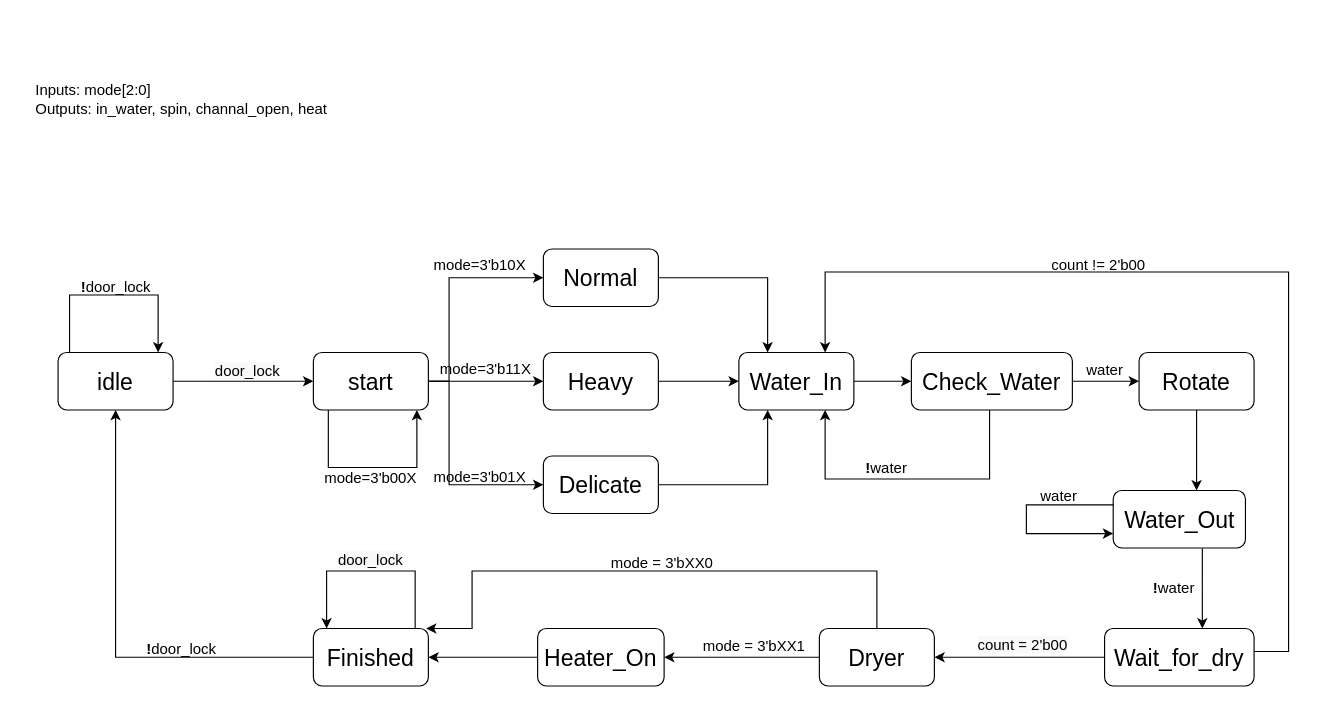
Above: ELEC402/Assignment_1/未命名绘图.drawio in RuyiZhou0622/UBC_Year_4 (draw.io), before the change. Source tidied: cells renumbered, new cells numbered last; positions are measured from the earlier drawing's top-left corner, leaving out a move shared by most shapes. Both pictures are drawn from the tidied source at 115%, with x=0, y=0 at pixel (20, 76).
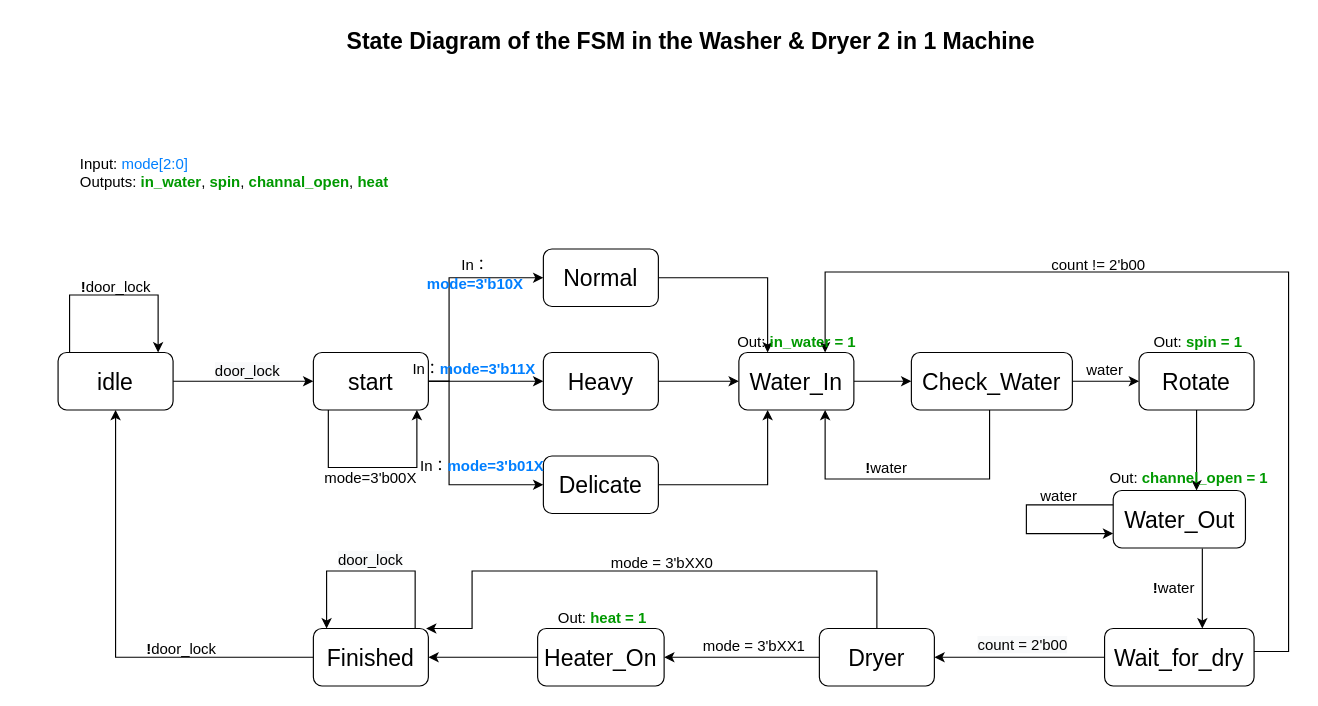
Above is the later version.

Change to the diagram source:
```diff
@@
-<mxGraphModel background="#FFFFFF">
+<mxGraphModel background="#ffffff">
@@
-    <mxCell id="37" value="&lt;div style=&quot;&quot;&gt;&lt;span style=&quot;background-color: initial;&quot;&gt;mode=3'b10X&lt;/span&gt;&lt;/div&gt;" style="text;whiteSpace=wrap;html=1;fontSize=13;align=center;" parent="1" vertex="1">
-      <mxGeometry x="355" y="150" width="90" height="40" as="geometry" />
+    <mxCell id="37" value="&lt;div style=&quot;&quot;&gt;&lt;span style=&quot;background-color: initial;&quot;&gt;In：&lt;font color=&quot;#007fff&quot;&gt;&lt;b&gt;mode=3'b10X&lt;/b&gt;&lt;/font&gt;&lt;/span&gt;&lt;/div&gt;" style="text;whiteSpace=wrap;html=1;fontSize=13;align=center;" parent="1" vertex="1">
+      <mxGeometry x="342" y="150" width="108" height="40" as="geometry" />
     </mxCell>
-    <mxCell id="38" value="&lt;div style=&quot;&quot;&gt;&lt;span style=&quot;background-color: initial;&quot;&gt;mode=3'b11X&lt;/span&gt;&lt;/div&gt;" style="text;whiteSpace=wrap;html=1;fontSize=13;align=center;" parent="1" vertex="1">
-      <mxGeometry x="360" y="240" width="90" height="40" as="geometry" />
+    <mxCell id="38" value="&lt;div style=&quot;&quot;&gt;&lt;span style=&quot;background-color: initial;&quot;&gt;In：&lt;font color=&quot;#007fff&quot;&gt;&lt;b&gt;mode=3'b11X&lt;/b&gt;&lt;/font&gt;&lt;/span&gt;&lt;/div&gt;" style="text;whiteSpace=wrap;html=1;fontSize=13;align=center;" parent="1" vertex="1">
+      <mxGeometry x="340" y="240" width="110" height="40" as="geometry" />
     </mxCell>
-    <mxCell id="39" value="&lt;div style=&quot;&quot;&gt;&lt;span style=&quot;background-color: initial;&quot;&gt;mode=3'b01X&lt;/span&gt;&lt;/div&gt;" style="text;whiteSpace=wrap;html=1;fontSize=13;align=center;" parent="1" vertex="1">
-      <mxGeometry x="355" y="334" width="90" height="40" as="geometry" />
+    <mxCell id="39" value="&lt;div style=&quot;&quot;&gt;&lt;span style=&quot;background-color: initial;&quot;&gt;In：&lt;font color=&quot;#007fff&quot;&gt;&lt;b&gt;mode=3'b01X&lt;/b&gt;&lt;/font&gt;&lt;/span&gt;&lt;/div&gt;" style="text;whiteSpace=wrap;html=1;fontSize=13;align=center;" parent="1" vertex="1">
+      <mxGeometry x="346" y="325" width="112" height="40" as="geometry" />
     </mxCell>
-    <mxCell id="40" value="&lt;div style=&quot;text-align: left;&quot;&gt;&lt;span style=&quot;background-color: initial;&quot;&gt;Inputs: mode[2:0]&lt;/span&gt;&lt;/div&gt;&lt;div style=&quot;text-align: left;&quot;&gt;&lt;span style=&quot;background-color: initial;&quot;&gt;Outputs: in_water, spin, channal_open, heat&lt;/span&gt;&lt;/div&gt;" style="text;html=1;align=center;verticalAlign=middle;strokeColor=none;fillColor=none;fontSize=13;" parent="1" vertex="1">
-      <mxGeometry width="280" height="40" as="geometry" />
+    <mxCell id="40" value="&lt;div style=&quot;text-align: left;&quot;&gt;&lt;span style=&quot;background-color: initial;&quot;&gt;Input:&lt;font color=&quot;#007fff&quot;&gt; mode[2:0]&lt;/font&gt;&lt;/span&gt;&lt;/div&gt;&lt;div style=&quot;text-align: left;&quot;&gt;&lt;span style=&quot;background-color: initial;&quot;&gt;Outputs: &lt;font color=&quot;#009900&quot;&gt;&lt;b&gt;in_water&lt;/b&gt;&lt;/font&gt;, &lt;font color=&quot;#009900&quot;&gt;&lt;b&gt;spin&lt;/b&gt;&lt;/font&gt;, &lt;font color=&quot;#009900&quot;&gt;&lt;b&gt;channal_open&lt;/b&gt;&lt;/font&gt;, &lt;b&gt;&lt;font color=&quot;#009900&quot;&gt;heat&lt;/font&gt;&lt;/b&gt;&lt;/span&gt;&lt;/div&gt;" style="text;html=1;align=center;verticalAlign=middle;strokeColor=none;fillColor=none;fontSize=13;" parent="1" vertex="1">
+      <mxGeometry x="43" y="62" width="286" height="43" as="geometry" />
     </mxCell>
@@
+    <mxCell id="54" value="&lt;font color=&quot;#000000&quot;&gt;Out:&lt;b&gt; &lt;/b&gt;&lt;/font&gt;&lt;b&gt;in_water = 1&lt;/b&gt;" style="text;html=1;align=center;verticalAlign=middle;strokeColor=none;fillColor=none;fontSize=13;fontColor=#009900;" parent="1" vertex="1">
+      <mxGeometry x="614.5" y="217" width="121" height="28" as="geometry" />
+    </mxCell>
+    <mxCell id="55" value="&lt;font color=&quot;#000000&quot;&gt;Out: &lt;/font&gt;&lt;b&gt;spin&amp;nbsp;= 1&lt;/b&gt;" style="text;html=1;align=center;verticalAlign=middle;strokeColor=none;fillColor=none;fontSize=13;fontColor=#009900;" parent="1" vertex="1">
+      <mxGeometry x="976.5" y="217" width="95" height="28" as="geometry" />
+    </mxCell>
+    <mxCell id="56" value="&lt;font color=&quot;#000000&quot;&gt;Out: &lt;/font&gt;&lt;b&gt;channel_open&amp;nbsp;= 1&lt;/b&gt;" style="text;html=1;align=center;verticalAlign=middle;strokeColor=none;fillColor=none;fontSize=13;fontColor=#009900;" parent="1" vertex="1">
+      <mxGeometry x="938" y="335" width="156" height="28" as="geometry" />
+    </mxCell>
+    <mxCell id="57" value="&lt;font color=&quot;#000000&quot;&gt;Out: &lt;/font&gt;&lt;b&gt;heat = 1&lt;/b&gt;" style="text;html=1;align=center;verticalAlign=middle;strokeColor=none;fillColor=none;fontSize=13;fontColor=#009900;" parent="1" vertex="1">
+      <mxGeometry x="458" y="457" width="95" height="28" as="geometry" />
+    </mxCell>
+    <mxCell id="58" value="&lt;font size=&quot;1&quot; style=&quot;&quot; color=&quot;#000000&quot;&gt;&lt;b style=&quot;font-size: 20px;&quot;&gt;State Diagram of the FSM in the Washer &amp;amp; Dryer 2 in 1 Machine&lt;/b&gt;&lt;/font&gt;" style="text;html=1;align=center;verticalAlign=middle;strokeColor=none;fillColor=none;fontSize=13;fontColor=#007FFF;" parent="1" vertex="1">
+      <mxGeometry x="275" y="-49" width="616" height="36" as="geometry" />
+    </mxCell>
```
